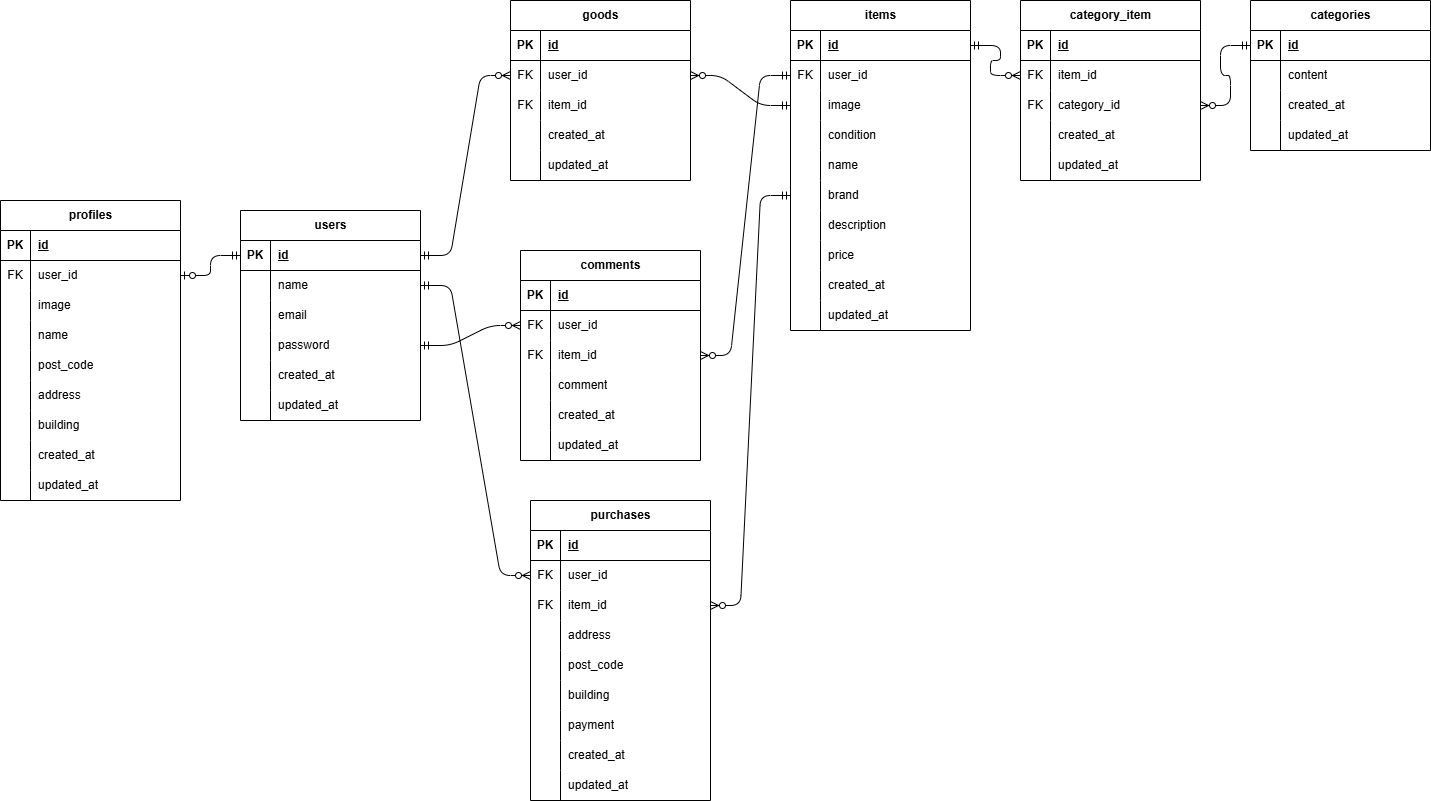
The draw.io diagram ER.drawio.png in yuukuroda/kuroda-freemarket, before a commit. Source tidied: cells renumbered, new cells last; positions are measured from the earlier drawing's top-left corner, leaving out a move shared by most shapes.
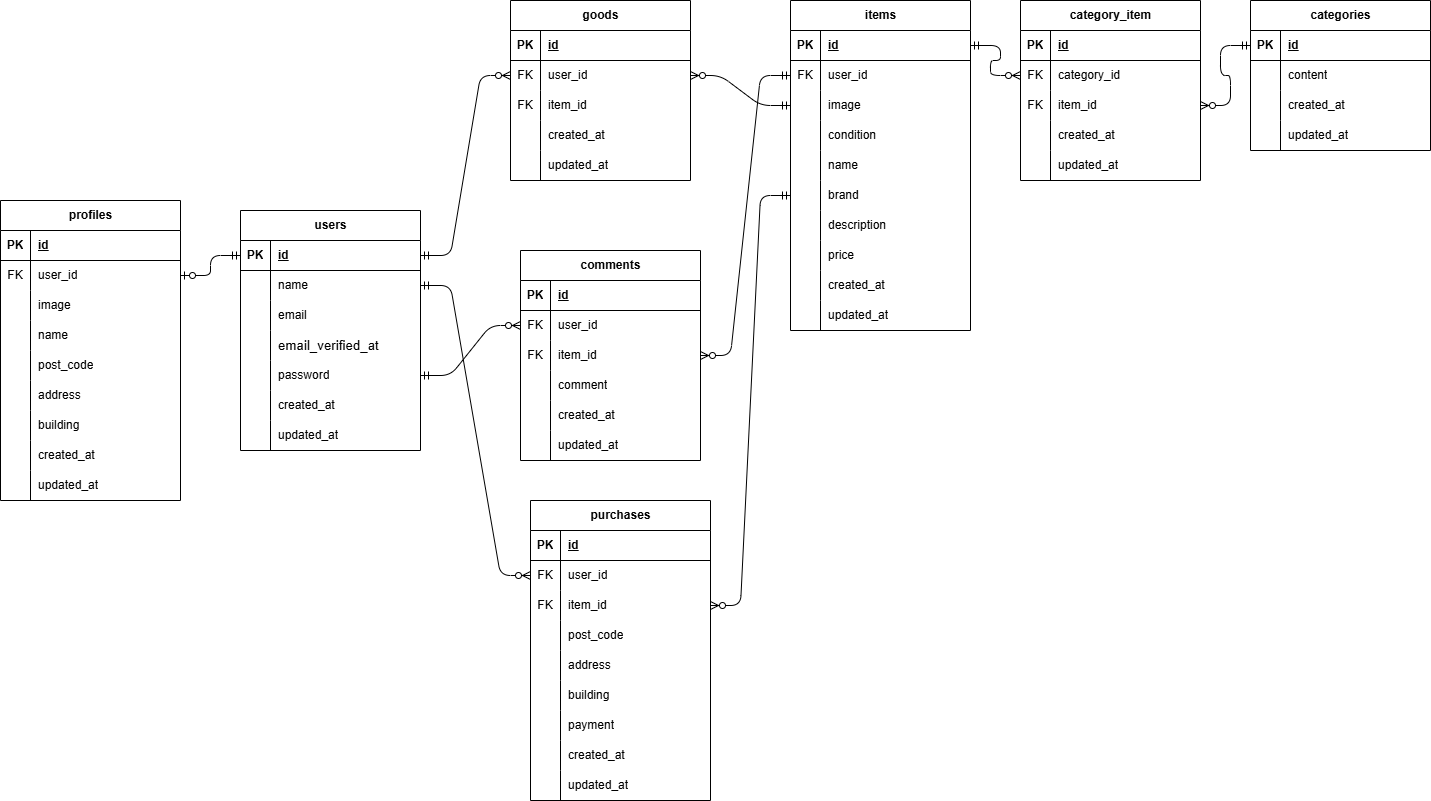
After the change.

What changed in the source:
```diff
@@ -239,7 +239,7 @@
     <mxCell id="80" value="FK" style="shape=partialRectangle;fillColor=none;top=0;left=0;bottom=0;right=0;overflow=hidden;whiteSpace=wrap;html=1;" parent="79" vertex="1">
       <mxGeometry width="30" height="30" as="geometry" />
     </mxCell>
-    <mxCell id="81" value="item_id" style="shape=partialRectangle;fillColor=none;top=0;left=0;bottom=0;right=0;align=left;spacingLeft=6;overflow=hidden;whiteSpace=wrap;html=1;" parent="79" vertex="1">
+    <mxCell id="81" value="category_id" style="shape=partialRectangle;fillColor=none;top=0;left=0;bottom=0;right=0;align=left;spacingLeft=6;overflow=hidden;whiteSpace=wrap;html=1;" parent="79" vertex="1">
       <mxGeometry x="30" width="150" height="30" as="geometry" />
     </mxCell>
     <mxCell id="82" style="shape=tableRow;horizontal=0;startSize=0;swimlaneHead=0;swimlaneBody=0;fillColor=none;points=[[0,0.5],[1,0.5]];portConstraint=eastwest;top=0;left=0;right=0;bottom=0;" parent="75" vertex="1">
@@ -248,7 +248,7 @@
     <mxCell id="83" value="FK" style="shape=partialRectangle;fillColor=none;top=0;left=0;bottom=0;right=0;overflow=hidden;whiteSpace=wrap;html=1;" parent="82" vertex="1">
       <mxGeometry width="30" height="30" as="geometry" />
     </mxCell>
-    <mxCell id="84" value="category_id" style="shape=partialRectangle;fillColor=none;top=0;left=0;bottom=0;right=0;align=left;spacingLeft=6;overflow=hidden;whiteSpace=wrap;html=1;" parent="82" vertex="1">
+    <mxCell id="84" value="item_id" style="shape=partialRectangle;fillColor=none;top=0;left=0;bottom=0;right=0;align=left;spacingLeft=6;overflow=hidden;whiteSpace=wrap;html=1;" parent="82" vertex="1">
       <mxGeometry x="30" width="150" height="30" as="geometry" />
     </mxCell>
     <mxCell id="85" style="shape=tableRow;horizontal=0;startSize=0;swimlaneHead=0;swimlaneBody=0;fillColor=none;top=0;left=0;right=0;bottom=0;" parent="75" vertex="1">
@@ -273,7 +273,7 @@
       <mxGeometry relative="1" as="geometry" />
     </mxCell>
     <mxCell id="92" value="users" style="shape=table;startSize=30;rowLines=0;fontStyle=1;align=center;html=1;" parent="1" vertex="1">
-      <mxGeometry x="240" y="210" width="180" height="210" as="geometry" />
+      <mxGeometry x="240" y="210" width="180" height="240" as="geometry" />
     </mxCell>
     <mxCell id="93" style="shape=tableRow;horizontal=0;startSize=0;swimlaneHead=0;swimlaneBody=0;fillColor=none;points=[[0,0.5],[1,0.5]];portConstraint=eastwest;top=0;left=0;right=0;bottom=1;" parent="92" vertex="1">
       <mxGeometry y="30" width="180" height="30" as="geometry" />
@@ -302,8 +302,17 @@
     <mxCell id="101" value="email" style="shape=partialRectangle;fillColor=none;top=0;left=0;bottom=0;right=0;align=left;spacingLeft=6;overflow=hidden;whiteSpace=wrap;html=1;" parent="99" vertex="1">
       <mxGeometry x="30" width="150" height="30" as="geometry" />
     </mxCell>
+    <mxCell id="181" style="shape=tableRow;horizontal=0;startSize=0;swimlaneHead=0;swimlaneBody=0;fillColor=none;top=0;left=0;right=0;bottom=0;" parent="92" vertex="1">
+      <mxGeometry y="120" width="180" height="30" as="geometry" />
+    </mxCell>
+    <mxCell id="182" style="shape=partialRectangle;fillColor=none;top=0;left=0;bottom=0;right=0;overflow=hidden;whiteSpace=wrap;html=1;" parent="181" vertex="1">
+      <mxGeometry width="30" height="30" as="geometry" />
+    </mxCell>
+    <mxCell id="183" value="&lt;span style=&quot;color: rgb(0, 0, 0); font-size: 10pt; font-family: Arial;&quot;&gt;email_verified_at&lt;/span&gt;" style="shape=partialRectangle;fillColor=none;top=0;left=0;bottom=0;right=0;align=left;spacingLeft=6;overflow=hidden;whiteSpace=wrap;html=1;" parent="181" vertex="1">
+      <mxGeometry x="30" width="150" height="30" as="geometry" />
+    </mxCell>
     <mxCell id="102" style="shape=tableRow;horizontal=0;startSize=0;swimlaneHead=0;swimlaneBody=0;fillColor=none;points=[[0,0.5],[1,0.5]];portConstraint=eastwest;top=0;left=0;right=0;bottom=0;" parent="92" vertex="1">
-      <mxGeometry y="120" width="180" height="30" as="geometry" />
+      <mxGeometry y="150" width="180" height="30" as="geometry" />
     </mxCell>
     <mxCell id="103" style="shape=partialRectangle;fillColor=none;top=0;left=0;bottom=0;right=0;overflow=hidden;whiteSpace=wrap;html=1;" parent="102" vertex="1">
       <mxGeometry width="30" height="30" as="geometry" />
@@ -312,7 +321,7 @@
       <mxGeometry x="30" width="150" height="30" as="geometry" />
     </mxCell>
     <mxCell id="105" style="shape=tableRow;horizontal=0;startSize=0;swimlaneHead=0;swimlaneBody=0;fillColor=none;top=0;left=0;right=0;bottom=0;" parent="92" vertex="1">
-      <mxGeometry y="150" width="180" height="30" as="geometry" />
+      <mxGeometry y="180" width="180" height="30" as="geometry" />
     </mxCell>
     <mxCell id="106" style="shape=partialRectangle;fillColor=none;top=0;left=0;bottom=0;right=0;overflow=hidden;whiteSpace=wrap;html=1;" parent="105" vertex="1">
       <mxGeometry width="30" height="30" as="geometry" />
@@ -321,7 +330,7 @@
       <mxGeometry x="30" width="150" height="30" as="geometry" />
     </mxCell>
     <mxCell id="108" style="shape=tableRow;horizontal=0;startSize=0;swimlaneHead=0;swimlaneBody=0;fillColor=none;top=0;left=0;right=0;bottom=0;" parent="92" vertex="1">
-      <mxGeometry y="180" width="180" height="30" as="geometry" />
+      <mxGeometry y="210" width="180" height="30" as="geometry" />
     </mxCell>
     <mxCell id="109" style="shape=partialRectangle;fillColor=none;top=0;left=0;bottom=0;right=0;overflow=hidden;whiteSpace=wrap;html=1;" parent="108" vertex="1">
       <mxGeometry width="30" height="30" as="geometry" />
@@ -470,7 +479,7 @@
     <mxCell id="157" style="shape=partialRectangle;fillColor=none;top=0;left=0;bottom=0;right=0;overflow=hidden;whiteSpace=wrap;html=1;" parent="156" vertex="1">
       <mxGeometry width="30" height="30" as="geometry" />
     </mxCell>
-    <mxCell id="158" value="address" style="shape=partialRectangle;fillColor=none;top=0;left=0;bottom=0;right=0;align=left;spacingLeft=6;overflow=hidden;whiteSpace=wrap;html=1;" parent="156" vertex="1">
+    <mxCell id="158" value="post_code" style="shape=partialRectangle;fillColor=none;top=0;left=0;bottom=0;right=0;align=left;spacingLeft=6;overflow=hidden;whiteSpace=wrap;html=1;" parent="156" vertex="1">
       <mxGeometry x="30" width="150" height="30" as="geometry" />
     </mxCell>
     <mxCell id="159" style="shape=tableRow;horizontal=0;startSize=0;swimlaneHead=0;swimlaneBody=0;fillColor=none;top=0;left=0;right=0;bottom=0;" parent="146" vertex="1">
@@ -479,7 +488,7 @@
     <mxCell id="160" style="shape=partialRectangle;fillColor=none;top=0;left=0;bottom=0;right=0;overflow=hidden;whiteSpace=wrap;html=1;" parent="159" vertex="1">
       <mxGeometry width="30" height="30" as="geometry" />
     </mxCell>
-    <mxCell id="161" value="post_code" style="shape=partialRectangle;fillColor=none;top=0;left=0;bottom=0;right=0;align=left;spacingLeft=6;overflow=hidden;whiteSpace=wrap;html=1;" parent="159" vertex="1">
+    <mxCell id="161" value="address" style="shape=partialRectangle;fillColor=none;top=0;left=0;bottom=0;right=0;align=left;spacingLeft=6;overflow=hidden;whiteSpace=wrap;html=1;" parent="159" vertex="1">
       <mxGeometry x="30" width="150" height="30" as="geometry" />
     </mxCell>
     <mxCell id="162" style="shape=tableRow;horizontal=0;startSize=0;swimlaneHead=0;swimlaneBody=0;fillColor=none;top=0;left=0;right=0;bottom=0;" parent="146" vertex="1">
```
